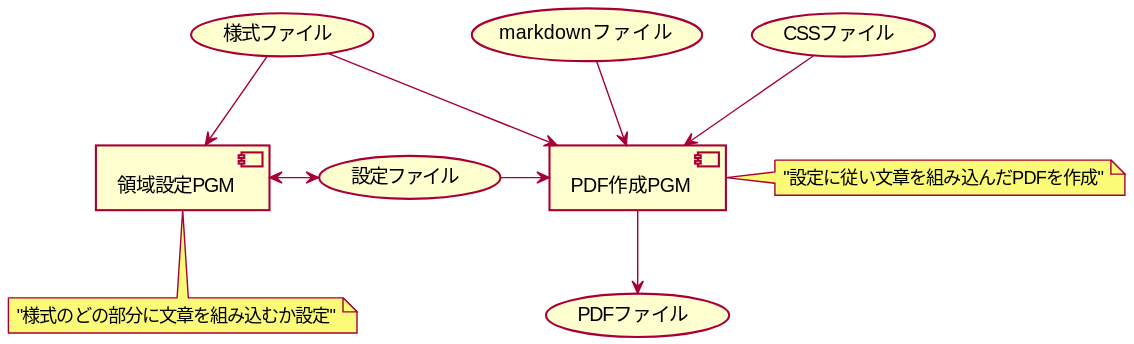
HelicobacterPylori/makeRuledLineDoc keeps this PlantUML diagram as fig/fig1.svg. Above is the earlier version.
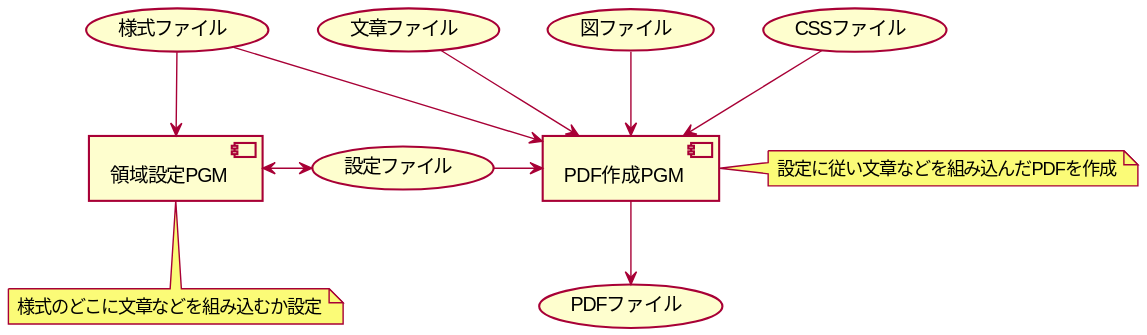
After the change.

The edit, as a diff of the source:
```diff
@@ -4,14 +4,15 @@
 skinparam shadowing false
 
 [領域設定PGM] as pgm1
-note bottom of pgm1 : "様式のどの部分に文章を組み込むか設定"
+note bottom of pgm1 : 様式のどこに文章などを組み込むか設定
 
 [PDF作成PGM] as pgm2
-note right of pgm2 : "設定に従い文章を組み込んだPDFを作成"
+note right of pgm2 : 設定に従い文章などを組み込んだPDFを作成
 
 (様式ファイル) as form
 (設定ファイル) as ini
-(markdownファイル) as md
+(文章ファイル) as md
+(図ファイル) as img
 (CSSファイル) as css
 (PDFファイル) as pdf
 
@@ -20,6 +21,7 @@
 pgm1 <-> ini
 ini -> pgm2
 md --> pgm2
+img --> pgm2
 css --> pgm2
 pgm2 --> pdf
 
```
